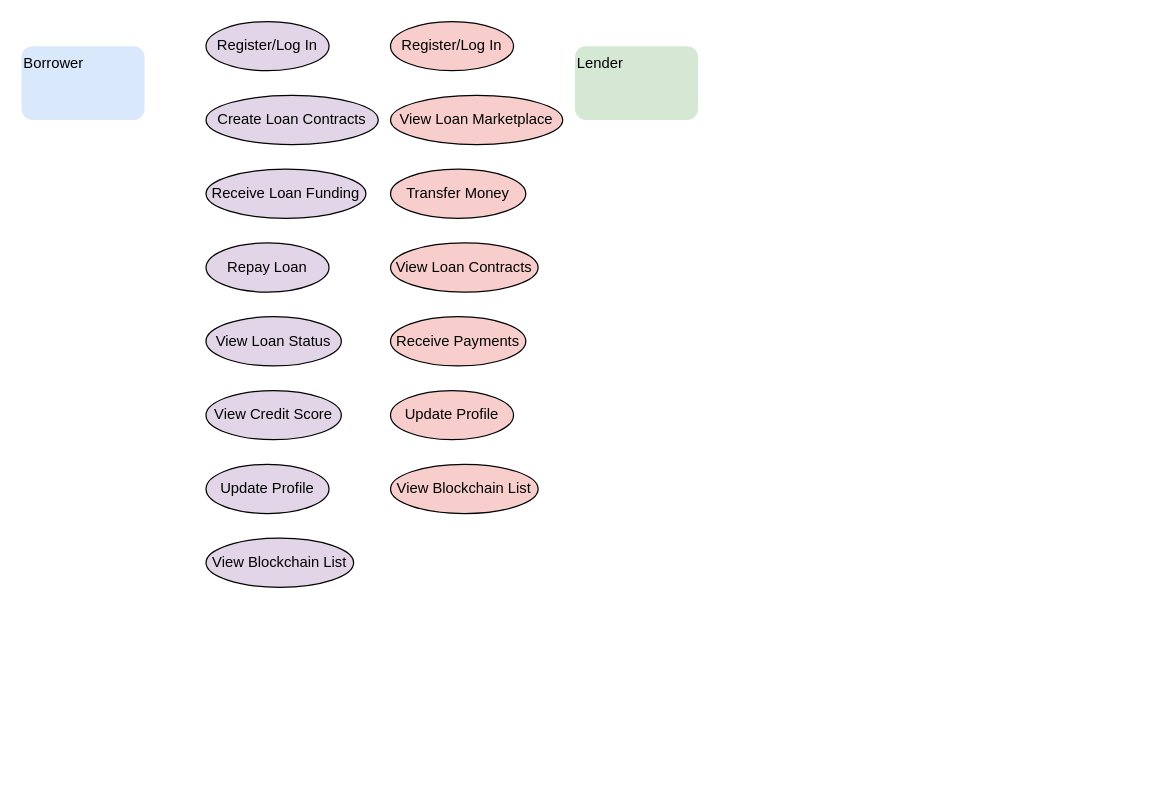
Before: Diagrams/SKY-P2P-UCD.drawio in SQU3AKERS/Sky-P2P, a draw.io diagram. Source tidied: cells renumbered, new cells numbered last; positions are measured from the earlier drawing's top-left corner, leaving out a move shared by most shapes. Both pictures are drawn from the tidied source at 123%, with x=0, y=0 at pixel (21, 21).
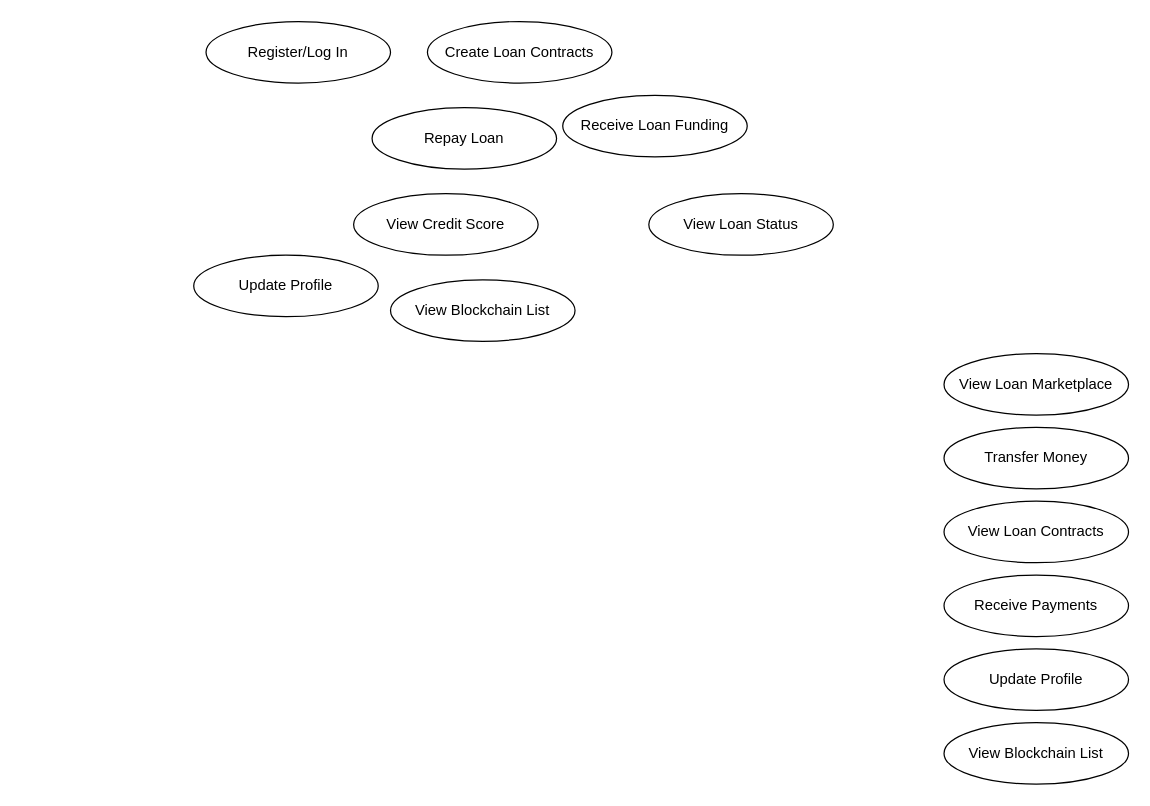
After the change.

The edit, as a diff of the source:
```diff
@@
 <mxGraphModel>
   <root>
     <mxCell id="0" />
     <mxCell id="1" parent="0" />
-    <mxCell id="2" value="Borrower" style="text;html=1;rounded=1;whiteSpace=wrap;fillColor=#dae8fc;" parent="1" vertex="1">
-      <mxGeometry y="20" width="100" height="60" as="geometry" />
-    </mxCell>
-    <mxCell id="3" value="Register/Log In" style="ellipse;html=1;whiteSpace=wrap;fillColor=#e1d5e7;" parent="1" vertex="1">
-      <mxGeometry x="150" width="100" height="40" as="geometry" />
+    <mxCell id="3" value="Register/Log In" style="ellipse;html=1;whiteSpace=wrap;fillColor=#FFFFFF;" parent="1" vertex="1">
+      <mxGeometry x="150" width="150" height="50" as="geometry" />
     </mxCell>
-    <mxCell id="4" value="Create Loan Contracts" style="ellipse;html=1;whiteSpace=wrap;fillColor=#e1d5e7;" parent="1" vertex="1">
-      <mxGeometry x="150" y="60" width="140" height="40" as="geometry" />
+    <mxCell id="4" value="Create Loan Contracts" style="ellipse;html=1;whiteSpace=wrap;fillColor=#FFFFFF;" parent="1" vertex="1">
+      <mxGeometry x="330" width="150" height="50" as="geometry" />
     </mxCell>
-    <mxCell id="5" value="Receive Loan Funding" style="ellipse;html=1;whiteSpace=wrap;fillColor=#e1d5e7;" parent="1" vertex="1">
-      <mxGeometry x="150" y="120" width="130" height="40" as="geometry" />
+    <mxCell id="5" value="Receive Loan Funding" style="ellipse;html=1;whiteSpace=wrap;fillColor=#FFFFFF;" parent="1" vertex="1">
+      <mxGeometry x="440" y="60" width="150" height="50" as="geometry" />
     </mxCell>
-    <mxCell id="6" value="Repay Loan" style="ellipse;html=1;whiteSpace=wrap;fillColor=#e1d5e7;" parent="1" vertex="1">
-      <mxGeometry x="150" y="180" width="100" height="40" as="geometry" />
+    <mxCell id="6" value="Repay Loan" style="ellipse;html=1;whiteSpace=wrap;fillColor=#FFFFFF;" parent="1" vertex="1">
+      <mxGeometry x="285" y="70" width="150" height="50" as="geometry" />
     </mxCell>
-    <mxCell id="7" value="View Loan Status" style="ellipse;html=1;whiteSpace=wrap;fillColor=#e1d5e7;" parent="1" vertex="1">
-      <mxGeometry x="150" y="240" width="110" height="40" as="geometry" />
+    <mxCell id="7" value="View Loan Status" style="ellipse;html=1;whiteSpace=wrap;fillColor=#FFFFFF;" parent="1" vertex="1">
+      <mxGeometry x="510" y="140" width="150" height="50" as="geometry" />
     </mxCell>
-    <mxCell id="8" value="View Credit Score" style="ellipse;html=1;whiteSpace=wrap;fillColor=#e1d5e7;" parent="1" vertex="1">
-      <mxGeometry x="150" y="300" width="110" height="40" as="geometry" />
+    <mxCell id="8" value="View Credit Score" style="ellipse;html=1;whiteSpace=wrap;fillColor=#FFFFFF;" parent="1" vertex="1">
+      <mxGeometry x="270" y="140" width="150" height="50" as="geometry" />
     </mxCell>
-    <mxCell id="9" value="Update Profile" style="ellipse;html=1;whiteSpace=wrap;fillColor=#e1d5e7;" parent="1" vertex="1">
-      <mxGeometry x="150" y="360" width="100" height="40" as="geometry" />
+    <mxCell id="9" value="Update Profile" style="ellipse;html=1;whiteSpace=wrap;fillColor=#FFFFFF;" parent="1" vertex="1">
+      <mxGeometry x="140" y="190" width="150" height="50" as="geometry" />
     </mxCell>
-    <mxCell id="10" value="View Blockchain List" style="ellipse;html=1;whiteSpace=wrap;fillColor=#e1d5e7;" parent="1" vertex="1">
-      <mxGeometry x="150" y="420" width="120" height="40" as="geometry" />
+    <mxCell id="10" value="View Blockchain List" style="ellipse;html=1;whiteSpace=wrap;fillColor=#FFFFFF;" parent="1" vertex="1">
+      <mxGeometry x="300" y="210" width="150" height="50" as="geometry" />
     </mxCell>
-    <mxCell id="11" value="Lender" style="text;html=1;rounded=1;whiteSpace=wrap;fillColor=#d5e8d4;" parent="1" vertex="1">
-      <mxGeometry x="450" y="20" width="100" height="60" as="geometry" />
-    </mxCell>
-    <mxCell id="12" value="Register/Log In" style="ellipse;html=1;whiteSpace=wrap;fillColor=#f8cecc;" parent="1" vertex="1">
-      <mxGeometry x="300" width="100" height="40" as="geometry" />
-    </mxCell>
-    <mxCell id="13" value="View Loan Marketplace" style="ellipse;html=1;whiteSpace=wrap;fillColor=#f8cecc;" parent="1" vertex="1">
-      <mxGeometry x="300" y="60" width="140" height="40" as="geometry" />
+    <mxCell id="13" value="View Loan Marketplace" style="ellipse;html=1;whiteSpace=wrap;fillColor=#FFFFFF;" parent="1" vertex="1">
+      <mxGeometry x="750" y="270" width="150" height="50" as="geometry" />
     </mxCell>
-    <mxCell id="14" value="Transfer Money" style="ellipse;html=1;whiteSpace=wrap;fillColor=#f8cecc;" parent="1" vertex="1">
-      <mxGeometry x="300" y="120" width="110" height="40" as="geometry" />
+    <mxCell id="14" value="Transfer Money" style="ellipse;html=1;whiteSpace=wrap;fillColor=#FFFFFF;" parent="1" vertex="1">
+      <mxGeometry x="750" y="330" width="150" height="50" as="geometry" />
     </mxCell>
-    <mxCell id="15" value="View Loan Contracts" style="ellipse;html=1;whiteSpace=wrap;fillColor=#f8cecc;" parent="1" vertex="1">
-      <mxGeometry x="300" y="180" width="120" height="40" as="geometry" />
+    <mxCell id="15" value="View Loan Contracts" style="ellipse;html=1;whiteSpace=wrap;fillColor=#FFFFFF;" parent="1" vertex="1">
+      <mxGeometry x="750" y="390" width="150" height="50" as="geometry" />
     </mxCell>
-    <mxCell id="16" value="Receive Payments" style="ellipse;html=1;whiteSpace=wrap;fillColor=#f8cecc;" parent="1" vertex="1">
-      <mxGeometry x="300" y="240" width="110" height="40" as="geometry" />
+    <mxCell id="16" value="Receive Payments" style="ellipse;html=1;whiteSpace=wrap;fillColor=#FFFFFF;" parent="1" vertex="1">
+      <mxGeometry x="750" y="450" width="150" height="50" as="geometry" />
     </mxCell>
-    <mxCell id="17" value="Update Profile" style="ellipse;html=1;whiteSpace=wrap;fillColor=#f8cecc;" parent="1" vertex="1">
-      <mxGeometry x="300" y="300" width="100" height="40" as="geometry" />
+    <mxCell id="17" value="Update Profile" style="ellipse;html=1;whiteSpace=wrap;fillColor=#FFFFFF;" parent="1" vertex="1">
+      <mxGeometry x="750" y="510" width="150" height="50" as="geometry" />
     </mxCell>
-    <mxCell id="18" value="View Blockchain List" style="ellipse;html=1;whiteSpace=wrap;fillColor=#f8cecc;" parent="1" vertex="1">
-      <mxGeometry x="300" y="360" width="120" height="40" as="geometry" />
+    <mxCell id="18" value="View Blockchain List" style="ellipse;html=1;whiteSpace=wrap;fillColor=#FFFFFF;" parent="1" vertex="1">
+      <mxGeometry x="750" y="570" width="150" height="50" as="geometry" />
     </mxCell>
   </root>
 </mxGraphModel>
```
